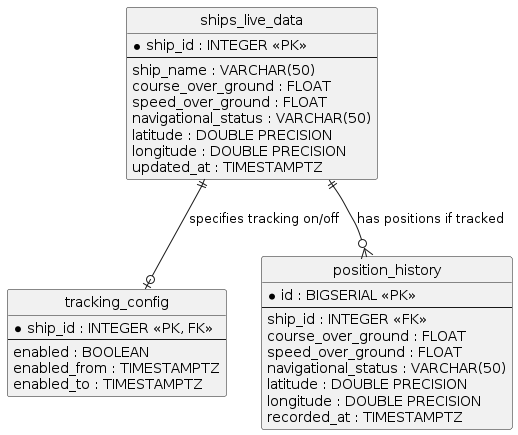
Earlier version of the PlantUML export docs/assets/ais_data_model.png (thjunge11/aisstream-ship-tracker).
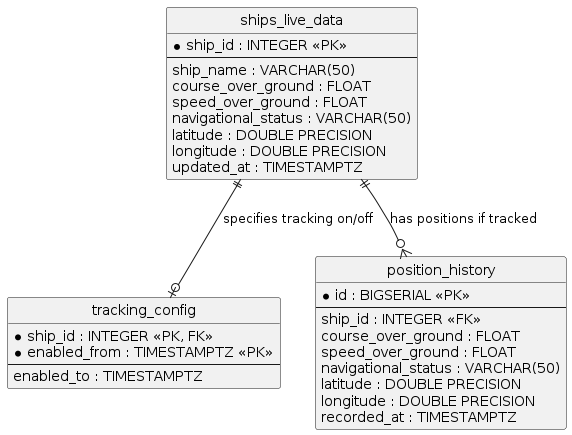
The same file after the commit.

Commit message:
adapt  data model for tracking_config

Diff of the diagram source:
```diff
@@ -15,9 +15,8 @@
 
 entity "tracking_config" as config {
     * ship_id : INTEGER <<PK, FK>>
+    * enabled_from : TIMESTAMPTZ <<PK>>
     --
-    enabled : BOOLEAN
-    enabled_from : TIMESTAMPTZ
     enabled_to : TIMESTAMPTZ
 }
 
```
